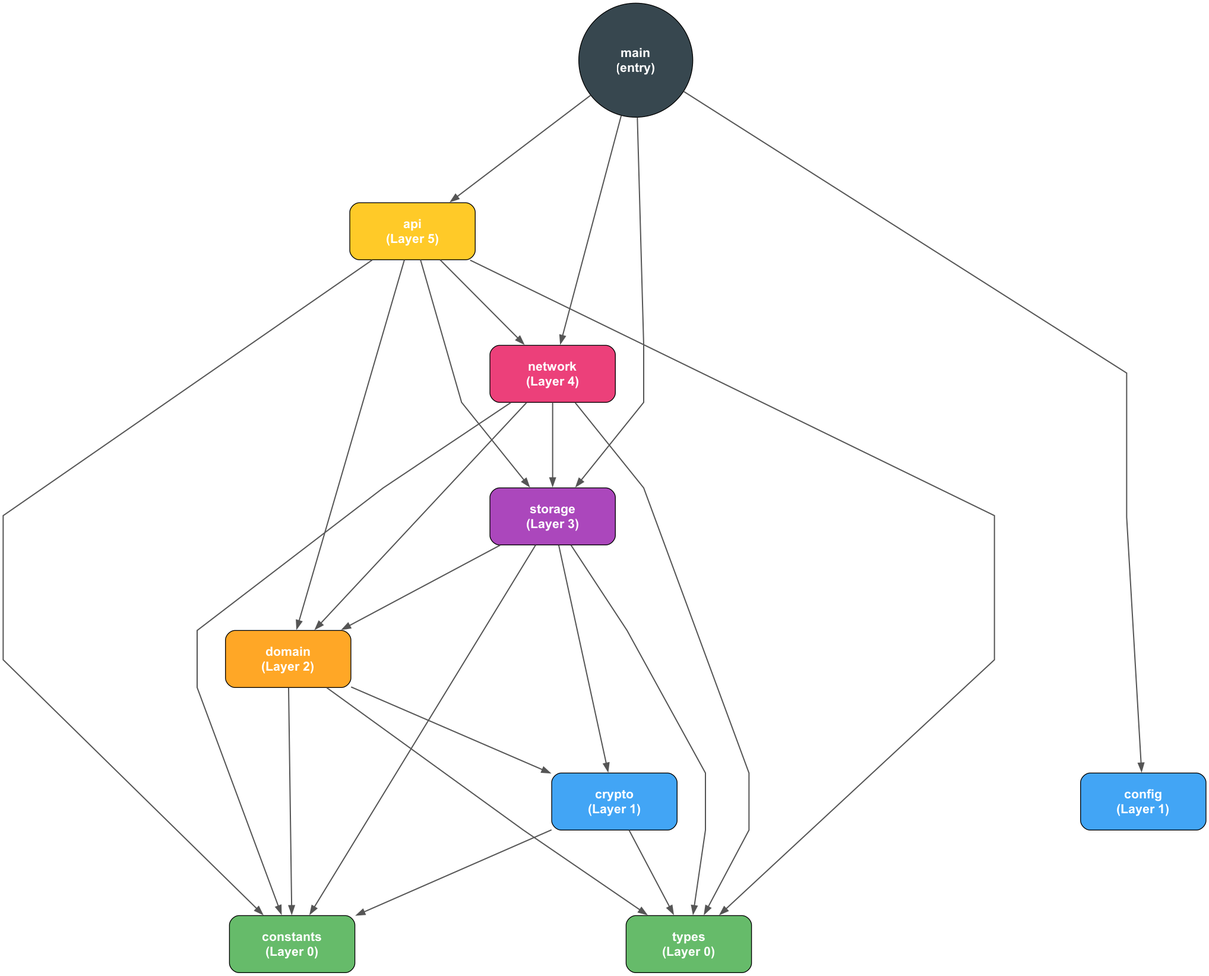
Above: docs/module-structure.png in aram-devdocs/goud_chain (Graphviz), before the change. Its source is kept beside it as docs/module-structure.dot. Source of this version:
```dot
digraph ModuleDependencies {
    rankdir=TB;
    node [shape=box, style="rounded,filled", fontname="Arial Bold", fontsize=16, width=2.2, height=1.0];
    edge [fontname="Arial", fontsize=11, color="#555555", penwidth=1.5];
    splines=polyline;
    nodesep=1.0;
    ranksep=1.5;
    bgcolor="#ffffff";

    main [label="main\n(entry)", fillcolor="#37474f", fontcolor="white", shape="ellipse", width=2.0, height=2.0];

    api [label="api\n(Layer 5)", fillcolor="#ffca28", fontcolor="white"];

    network [label="network\n(Layer 4)", fillcolor="#ec407a", fontcolor="white"];

    storage [label="storage\n(Layer 3)", fillcolor="#ab47bc", fontcolor="white"];

    domain [label="domain\n(Layer 2)", fillcolor="#ffa726", fontcolor="white"];

    crypto [label="crypto\n(Layer 1)", fillcolor="#42a5f5", fontcolor="white"];
    config [label="config\n(Layer 1)", fillcolor="#42a5f5", fontcolor="white"];

    constants [label="constants\n(Layer 0)", fillcolor="#66bb6a", fontcolor="white"];
    types [label="types\n(Layer 0)", fillcolor="#66bb6a", fontcolor="white"];

    {rank=same; constants; types;}
    {rank=same; crypto; config;}
    {rank=same; domain;}
    {rank=same; storage;}
    {rank=same; network;}
    {rank=same; api;}

    constants -> types [style=invis];
    crypto -> config [style=invis];

    api -> constants;
    api -> domain;
    api -> network;
    api -> storage;
    api -> types;
    crypto -> constants;
    crypto -> types;
    domain -> constants;
    domain -> crypto;
    domain -> types;
    network -> constants;
    network -> domain;
    network -> storage;
    network -> types;
    storage -> constants;
    storage -> crypto;
    storage -> domain;
    storage -> types;
    main -> api;
    main -> config;
    main -> network;
    main -> storage;
}
```
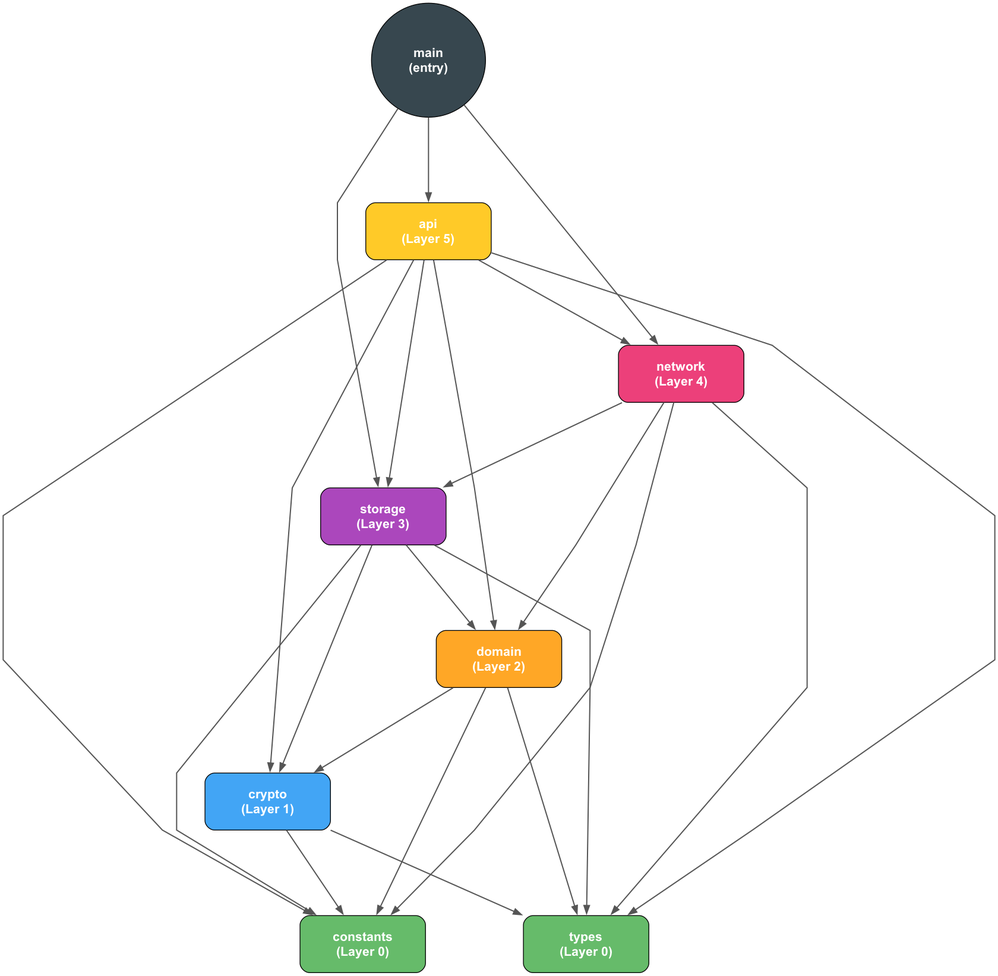
Above is the later version.

What changed in the source:
```diff
@@ -9,31 +9,26 @@
 
     main [label="main\n(entry)", fillcolor="#37474f", fontcolor="white", shape="ellipse", width=2.0, height=2.0];
 
+
     api [label="api\n(Layer 5)", fillcolor="#ffca28", fontcolor="white"];
-
+    constants [label="constants\n(Layer 0)", fillcolor="#66bb6a", fontcolor="white"];
+    crypto [label="crypto\n(Layer 1)", fillcolor="#42a5f5", fontcolor="white"];
+    domain [label="domain\n(Layer 2)", fillcolor="#ffa726", fontcolor="white"];
     network [label="network\n(Layer 4)", fillcolor="#ec407a", fontcolor="white"];
-
     storage [label="storage\n(Layer 3)", fillcolor="#ab47bc", fontcolor="white"];
-
-    domain [label="domain\n(Layer 2)", fillcolor="#ffa726", fontcolor="white"];
-
-    crypto [label="crypto\n(Layer 1)", fillcolor="#42a5f5", fontcolor="white"];
-    config [label="config\n(Layer 1)", fillcolor="#42a5f5", fontcolor="white"];
-
-    constants [label="constants\n(Layer 0)", fillcolor="#66bb6a", fontcolor="white"];
     types [label="types\n(Layer 0)", fillcolor="#66bb6a", fontcolor="white"];
 
-    {rank=same; constants; types;}
-    {rank=same; crypto; config;}
+    {rank=same; constants types;}
+    {rank=same; crypto;}
     {rank=same; domain;}
     {rank=same; storage;}
     {rank=same; network;}
     {rank=same; api;}
 
     constants -> types [style=invis];
-    crypto -> config [style=invis];
 
     api -> constants;
+    api -> crypto;
     api -> domain;
     api -> network;
     api -> storage;
@@ -52,7 +47,6 @@
     storage -> domain;
     storage -> types;
     main -> api;
-    main -> config;
     main -> network;
     main -> storage;
 }
```
